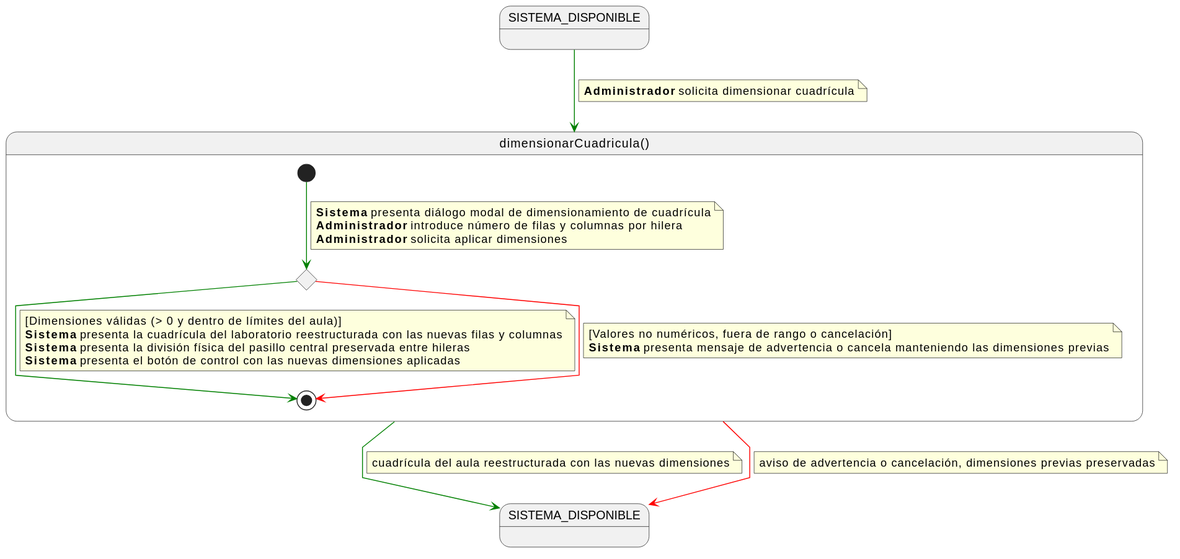
Carlos-Lima2510/mesh-panel keeps this PlantUML diagram as images/01-requisitos/01-detalle-casos-uso/dimensionarCuadricula/especificacion.svg. Above is the earlier version. Source of this version:
```plantuml
@startuml
skinparam linetype polyline

state SISTEMA_DISPONIBLE
state SISTEMA_DISPONIBLE_SALIDA as "SISTEMA_DISPONIBLE"

SISTEMA_DISPONIBLE -[#green]-> dimensionarCuadricula
note on link
<b>Administrador</b> solicita dimensionar cuadrícula
end note

state dimensionarCuadricula as "dimensionarCuadricula()" {

    state c <<choice>>

    [*] -[#green]-> c
    note on link
    <b>Sistema</b> presenta diálogo modal de dimensionamiento de cuadrícula
    <b>Administrador</b> introduce número de filas y columnas por hilera
    <b>Administrador</b> solicita aplicar dimensiones
    end note

    c -[#green]-> [*]
    note on link
    [Dimensiones válidas (> 0 y dentro de límites del aula)]
    <b>Sistema</b> presenta la cuadrícula del laboratorio reestructurada con las nuevas filas y columnas
    <b>Sistema</b> presenta la división física del pasillo central preservada entre hileras
    <b>Sistema</b> presenta el botón de control con las nuevas dimensiones aplicadas
    end note

    c -[#red]-> [*]
    note on link
    [Valores no numéricos, fuera de rango o cancelación]
    <b>Sistema</b> presenta mensaje de advertencia o cancela manteniendo las dimensiones previas
    end note
}

dimensionarCuadricula -[#green]-> SISTEMA_DISPONIBLE_SALIDA
note on link
cuadrícula del aula reestructurada con las nuevas dimensiones
end note

dimensionarCuadricula -[#red]-> SISTEMA_DISPONIBLE_SALIDA
note on link
aviso de advertencia o cancelación, dimensiones previas preservadas
end note
@enduml
```
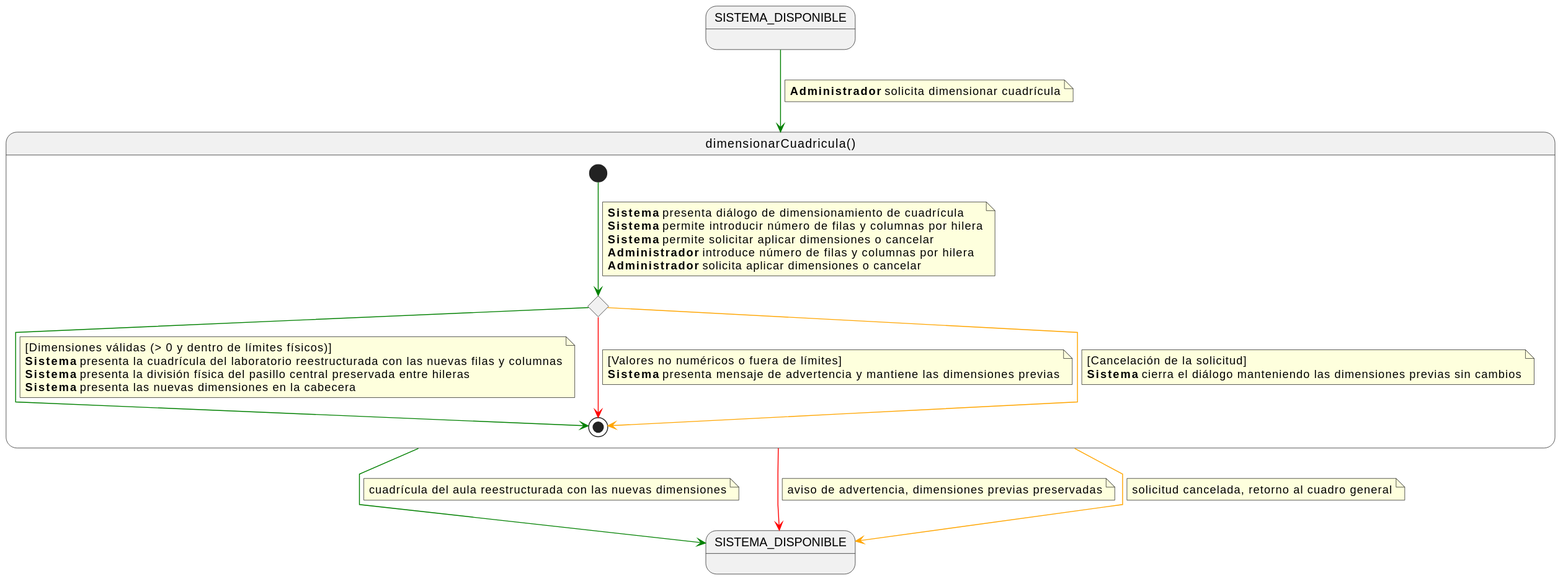
The same file after the commit.

Diff of the diagram source:
```diff
@@ -15,23 +15,31 @@
 
     [*] -[#green]-> c
     note on link
-    <b>Sistema</b> presenta diálogo modal de dimensionamiento de cuadrícula
+    <b>Sistema</b> presenta diálogo de dimensionamiento de cuadrícula
+    <b>Sistema</b> permite introducir número de filas y columnas por hilera
+    <b>Sistema</b> permite solicitar aplicar dimensiones o cancelar
     <b>Administrador</b> introduce número de filas y columnas por hilera
-    <b>Administrador</b> solicita aplicar dimensiones
+    <b>Administrador</b> solicita aplicar dimensiones o cancelar
     end note
 
     c -[#green]-> [*]
     note on link
-    [Dimensiones válidas (> 0 y dentro de límites del aula)]
+    [Dimensiones válidas (> 0 y dentro de límites físicos)]
     <b>Sistema</b> presenta la cuadrícula del laboratorio reestructurada con las nuevas filas y columnas
     <b>Sistema</b> presenta la división física del pasillo central preservada entre hileras
-    <b>Sistema</b> presenta el botón de control con las nuevas dimensiones aplicadas
+    <b>Sistema</b> presenta las nuevas dimensiones en la cabecera
     end note
 
     c -[#red]-> [*]
     note on link
-    [Valores no numéricos, fuera de rango o cancelación]
-    <b>Sistema</b> presenta mensaje de advertencia o cancela manteniendo las dimensiones previas
+    [Valores no numéricos o fuera de límites]
+    <b>Sistema</b> presenta mensaje de advertencia y mantiene las dimensiones previas
+    end note
+
+    c -[#orange]-> [*]
+    note on link
+    [Cancelación de la solicitud]
+    <b>Sistema</b> cierra el diálogo manteniendo las dimensiones previas sin cambios
     end note
 }
 
@@ -42,6 +50,11 @@
 
 dimensionarCuadricula -[#red]-> SISTEMA_DISPONIBLE_SALIDA
 note on link
-aviso de advertencia o cancelación, dimensiones previas preservadas
+aviso de advertencia, dimensiones previas preservadas
+end note
+
+dimensionarCuadricula -[#orange]-> SISTEMA_DISPONIBLE_SALIDA
+note on link
+solicitud cancelada, retorno al cuadro general
 end note
 @enduml
```
